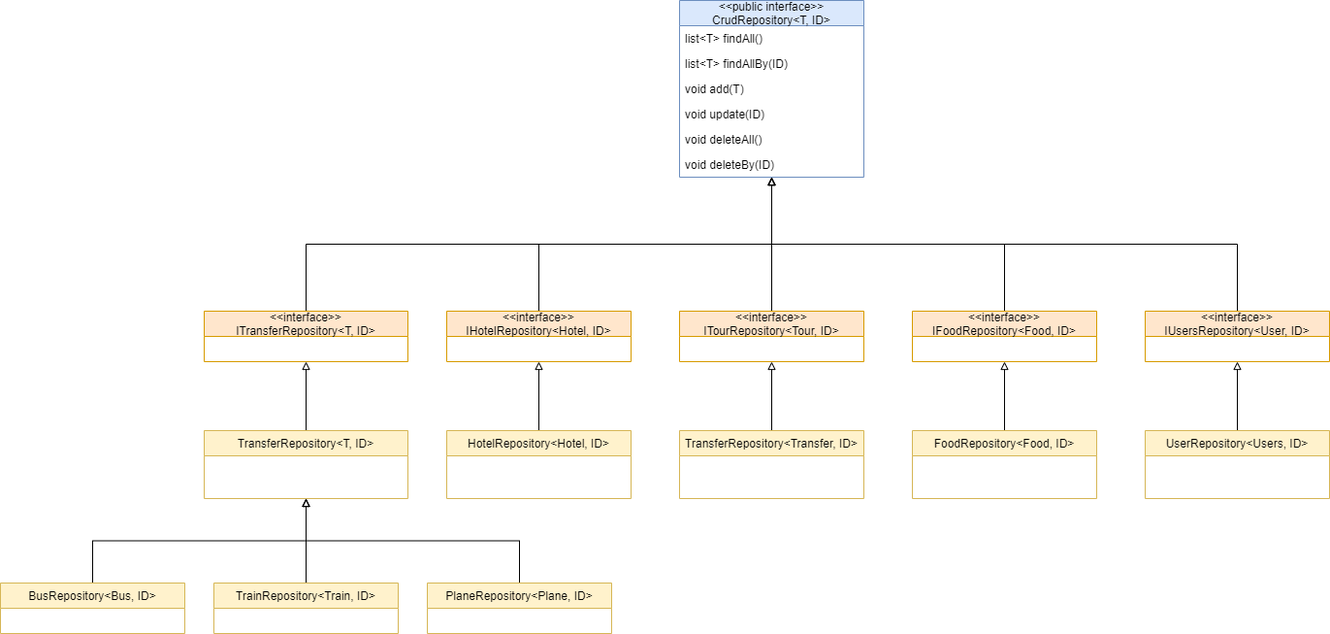
Above: lab1/UML_DB.png in platosha-git/PPO (draw.io), before the change. Source tidied: cells renumbered, new cells last; positions are measured from the earlier drawing's top-left corner, leaving out a move shared by most shapes.
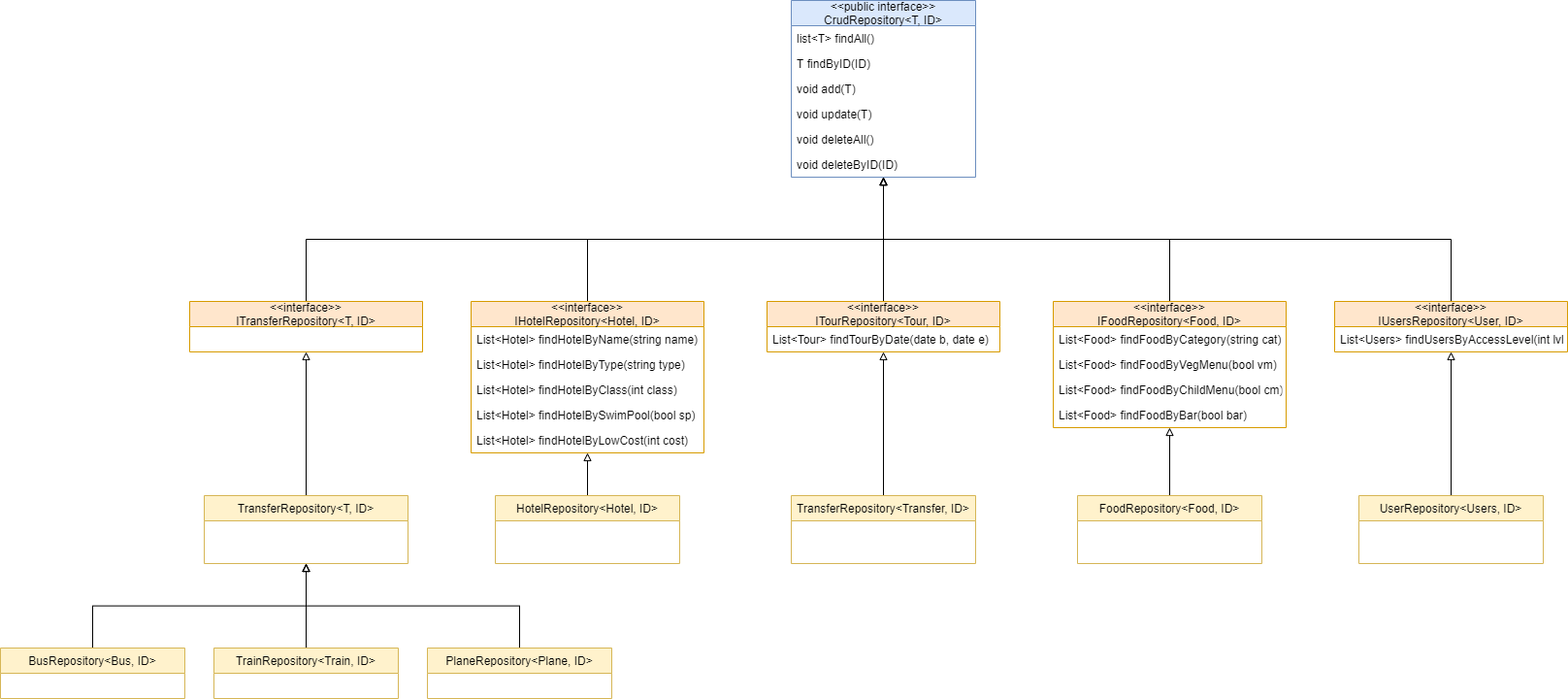
The same file after the commit.

Diff of the diagram source:
```diff
@@ -8,98 +8,131 @@
     <mxCell id="3" value="list&lt;T&gt; findAll()" style="text;strokeColor=none;fillColor=none;align=left;verticalAlign=top;spacingLeft=4;spacingRight=4;overflow=hidden;" parent="2" vertex="1">
       <mxGeometry y="26" width="190" height="26" as="geometry" />
     </mxCell>
-    <mxCell id="4" value="list&lt;T&gt; findAllBy(ID)" style="text;strokeColor=none;fillColor=none;align=left;verticalAlign=top;spacingLeft=4;spacingRight=4;overflow=hidden;" parent="2" vertex="1">
+    <mxCell id="4" value="T findByID(ID)" style="text;strokeColor=none;fillColor=none;align=left;verticalAlign=top;spacingLeft=4;spacingRight=4;overflow=hidden;" parent="2" vertex="1">
       <mxGeometry y="52" width="190" height="26" as="geometry" />
     </mxCell>
     <mxCell id="5" value="void add(T)" style="text;strokeColor=none;fillColor=none;align=left;verticalAlign=top;spacingLeft=4;spacingRight=4;overflow=hidden;" parent="2" vertex="1">
       <mxGeometry y="78" width="190" height="26" as="geometry" />
     </mxCell>
-    <mxCell id="6" value="void update(ID)" style="text;strokeColor=none;fillColor=none;align=left;verticalAlign=top;spacingLeft=4;spacingRight=4;overflow=hidden;" parent="2" vertex="1">
+    <mxCell id="6" value="void update(T)" style="text;strokeColor=none;fillColor=none;align=left;verticalAlign=top;spacingLeft=4;spacingRight=4;overflow=hidden;" parent="2" vertex="1">
       <mxGeometry y="104" width="190" height="26" as="geometry" />
     </mxCell>
     <mxCell id="7" value="void deleteAll()" style="text;strokeColor=none;fillColor=none;align=left;verticalAlign=top;spacingLeft=4;spacingRight=4;overflow=hidden;" parent="2" vertex="1">
       <mxGeometry y="130" width="190" height="26" as="geometry" />
     </mxCell>
-    <mxCell id="8" value="void deleteBy(ID)" style="text;strokeColor=none;fillColor=none;align=left;verticalAlign=top;spacingLeft=4;spacingRight=4;overflow=hidden;" parent="2" vertex="1">
+    <mxCell id="8" value="void deleteByID(ID)" style="text;strokeColor=none;fillColor=none;align=left;verticalAlign=top;spacingLeft=4;spacingRight=4;overflow=hidden;" parent="2" vertex="1">
       <mxGeometry y="156" width="190" height="26" as="geometry" />
     </mxCell>
     <mxCell id="9" style="edgeStyle=orthogonalEdgeStyle;rounded=0;jettySize=auto;html=1;exitX=0.5;exitY=0;exitDx=0;exitDy=0;endArrow=block;endFill=0;" parent="1" edge="1" source="10" target="2">
       <mxGeometry relative="1" as="geometry" />
     </mxCell>
     <mxCell id="10" value="&lt;&lt;interface&gt;&gt;&#10;ITourRepository&lt;Tour, ID&gt;" style="swimlane;fontStyle=0;horizontal=1;startSize=26;fillColor=#ffe6cc;strokeColor=#d79b00;" parent="1" vertex="1">
-      <mxGeometry x="700" y="320" width="190" height="52" as="geometry" />
+      <mxGeometry x="675" y="310" width="240" height="52" as="geometry" />
     </mxCell>
-    <mxCell id="11" style="edgeStyle=orthogonalEdgeStyle;rounded=0;jettySize=auto;html=1;entryX=0.5;entryY=1;entryDx=0;entryDy=0;endArrow=block;endFill=0;exitX=0.5;exitY=0;exitDx=0;exitDy=0;" parent="1" edge="1" source="12" target="2">
-      <mxGeometry relative="1" as="geometry" />
+    <mxCell id="11" value="List&lt;Tour&gt; findTourByDate(date b, date e)" style="text;strokeColor=none;fillColor=none;align=left;verticalAlign=top;spacingLeft=4;spacingRight=4;overflow=hidden;" parent="10" vertex="1">
+      <mxGeometry y="26" width="240" height="26" as="geometry" />
     </mxCell>
-    <mxCell id="12" value="&lt;&lt;interface&gt;&gt;&#10;IFoodRepository&lt;Food, ID&gt;" style="swimlane;fontStyle=0;horizontal=1;startSize=26;fillColor=#ffe6cc;strokeColor=#d79b00;" parent="1" vertex="1">
-      <mxGeometry x="940" y="320" width="190" height="52" as="geometry" />
+    <mxCell id="12" style="edgeStyle=orthogonalEdgeStyle;rounded=0;jettySize=auto;html=1;entryX=0.5;entryY=1;entryDx=0;entryDy=0;endArrow=block;endFill=0;exitX=0.5;exitY=0;exitDx=0;exitDy=0;" parent="1" edge="1" source="13" target="2">
+      <mxGeometry relative="1" as="geometry" />
     </mxCell>
-    <mxCell id="13" style="edgeStyle=orthogonalEdgeStyle;rounded=0;jettySize=auto;html=1;exitX=0.5;exitY=0;exitDx=0;exitDy=0;endArrow=block;endFill=0;" parent="1" edge="1" source="14" target="2">
-      <mxGeometry relative="1" as="geometry" />
+    <mxCell id="13" value="&lt;&lt;interface&gt;&gt;&#10;IFoodRepository&lt;Food, ID&gt;" style="swimlane;fontStyle=0;horizontal=1;startSize=26;fillColor=#ffe6cc;strokeColor=#d79b00;" parent="1" vertex="1">
+      <mxGeometry x="970" y="310" width="240" height="130" as="geometry" />
     </mxCell>
-    <mxCell id="14" value="&lt;&lt;interface&gt;&gt;&#10;IHotelRepository&lt;Hotel, ID&gt;" style="swimlane;fontStyle=0;horizontal=1;startSize=26;fillColor=#ffe6cc;strokeColor=#d79b00;" parent="1" vertex="1">
-      <mxGeometry x="460" y="320" width="190" height="52" as="geometry" />
+    <mxCell id="14" value="List&lt;Food&gt; findFoodByCategory(string cat)" style="text;strokeColor=none;fillColor=none;align=left;verticalAlign=top;spacingLeft=4;spacingRight=4;overflow=hidden;points=[[0,0.5],[1,0.5]];portConstraint=eastwest;" parent="13" vertex="1">
+      <mxGeometry y="26" width="240" height="26" as="geometry" />
     </mxCell>
-    <mxCell id="15" style="edgeStyle=orthogonalEdgeStyle;rounded=0;jettySize=auto;html=1;exitX=0.5;exitY=0;exitDx=0;exitDy=0;entryX=0.5;entryY=1;entryDx=0;entryDy=0;endArrow=block;endFill=0;" parent="1" edge="1" source="16" target="2">
-      <mxGeometry relative="1" as="geometry" />
+    <mxCell id="15" value="List&lt;Food&gt; findFoodByVegMenu(bool vm)" style="text;strokeColor=none;fillColor=none;align=left;verticalAlign=top;spacingLeft=4;spacingRight=4;overflow=hidden;" parent="13" vertex="1">
+      <mxGeometry y="52" width="240" height="26" as="geometry" />
     </mxCell>
-    <mxCell id="16" value="&lt;&lt;interface&gt;&gt;&#10;ITransferRepository&lt;T, ID&gt;" style="swimlane;fontStyle=0;horizontal=1;startSize=26;fillColor=#ffe6cc;strokeColor=#d79b00;" parent="1" vertex="1">
-      <mxGeometry x="210" y="320" width="210" height="52" as="geometry" />
+    <mxCell id="16" value="List&lt;Food&gt; findFoodByChildMenu(bool cm)" style="text;strokeColor=none;fillColor=none;align=left;verticalAlign=top;spacingLeft=4;spacingRight=4;overflow=hidden;points=[[0,0.5],[1,0.5]];portConstraint=eastwest;" parent="13" vertex="1">
+      <mxGeometry y="78" width="240" height="26" as="geometry" />
     </mxCell>
-    <mxCell id="17" style="edgeStyle=orthogonalEdgeStyle;rounded=0;jettySize=auto;html=1;exitX=0.5;exitY=0;exitDx=0;exitDy=0;entryX=0.5;entryY=1;entryDx=0;entryDy=0;endArrow=block;endFill=0;" parent="1" edge="1" source="18" target="2">
-      <mxGeometry relative="1" as="geometry" />
+    <mxCell id="17" value="List&lt;Food&gt; findFoodByBar(bool bar)" style="text;strokeColor=none;fillColor=none;align=left;verticalAlign=top;spacingLeft=4;spacingRight=4;overflow=hidden;" parent="13" vertex="1">
+      <mxGeometry y="104" width="240" height="26" as="geometry" />
     </mxCell>
-    <mxCell id="18" value="&lt;&lt;interface&gt;&gt;&#10;IUsersRepository&lt;User, ID&gt;" style="swimlane;fontStyle=0;horizontal=1;startSize=26;fillColor=#ffe6cc;strokeColor=#d79b00;" parent="1" vertex="1">
-      <mxGeometry x="1180" y="320" width="190" height="52" as="geometry" />
+    <mxCell id="18" style="edgeStyle=orthogonalEdgeStyle;rounded=0;jettySize=auto;html=1;exitX=0.5;exitY=0;exitDx=0;exitDy=0;endArrow=block;endFill=0;" parent="1" edge="1" source="19" target="2">
+      <mxGeometry relative="1" as="geometry" />
     </mxCell>
-    <mxCell id="19" style="edgeStyle=orthogonalEdgeStyle;rounded=0;jettySize=auto;html=1;exitX=0.5;exitY=0;exitDx=0;exitDy=0;endArrow=block;endFill=0;" parent="1" edge="1" source="20" target="14">
-      <mxGeometry relative="1" as="geometry" />
+    <mxCell id="19" value="&lt;&lt;interface&gt;&gt;&#10;IHotelRepository&lt;Hotel, ID&gt;" style="swimlane;fontStyle=0;horizontal=1;startSize=26;fillColor=#ffe6cc;strokeColor=#d79b00;" parent="1" vertex="1">
+      <mxGeometry x="370" y="310" width="240" height="156" as="geometry" />
     </mxCell>
-    <mxCell id="20" value="HotelRepository&lt;Hotel, ID&gt;" style="swimlane;fontStyle=0;horizontal=1;startSize=26;fillColor=#fff2cc;strokeColor=#d6b656;" parent="1" vertex="1">
-      <mxGeometry x="460" y="443" width="190" height="70" as="geometry" />
+    <mxCell id="20" value="List&lt;Hotel&gt; findHotelByName(string name)" style="text;strokeColor=none;fillColor=none;align=left;verticalAlign=top;spacingLeft=4;spacingRight=4;overflow=hidden;points=[[0,0.5],[1,0.5]];portConstraint=eastwest;" parent="19" vertex="1">
+      <mxGeometry y="26" width="240" height="26" as="geometry" />
     </mxCell>
-    <mxCell id="21" style="edgeStyle=orthogonalEdgeStyle;rounded=0;jettySize=auto;html=1;exitX=0.5;exitY=0;exitDx=0;exitDy=0;endArrow=block;endFill=0;" parent="1" edge="1" source="22" target="10">
-      <mxGeometry relative="1" as="geometry" />
+    <mxCell id="21" value="List&lt;Hotel&gt; findHotelByType(string type)" style="text;strokeColor=none;fillColor=none;align=left;verticalAlign=top;spacingLeft=4;spacingRight=4;overflow=hidden;" parent="19" vertex="1">
+      <mxGeometry y="52" width="240" height="26" as="geometry" />
     </mxCell>
-    <mxCell id="22" value="TransferRepository&lt;Transfer, ID&gt;" style="swimlane;fontStyle=0;horizontal=1;startSize=26;fillColor=#fff2cc;strokeColor=#d6b656;" parent="1" vertex="1">
-      <mxGeometry x="700" y="443" width="190" height="70" as="geometry" />
+    <mxCell id="22" value="List&lt;Hotel&gt; findHotelByClass(int class)" style="text;strokeColor=none;fillColor=none;align=left;verticalAlign=top;spacingLeft=4;spacingRight=4;overflow=hidden;points=[[0,0.5],[1,0.5]];portConstraint=eastwest;" parent="19" vertex="1">
+      <mxGeometry y="78" width="240" height="26" as="geometry" />
     </mxCell>
-    <mxCell id="23" style="edgeStyle=orthogonalEdgeStyle;rounded=0;jettySize=auto;html=1;exitX=0.5;exitY=0;exitDx=0;exitDy=0;endArrow=block;endFill=0;" parent="1" edge="1" source="24" target="12">
-      <mxGeometry relative="1" as="geometry" />
+    <mxCell id="23" value="List&lt;Hotel&gt; findHotelBySwimPool(bool sp)" style="text;strokeColor=none;fillColor=none;align=left;verticalAlign=top;spacingLeft=4;spacingRight=4;overflow=hidden;" parent="19" vertex="1">
+      <mxGeometry y="104" width="240" height="26" as="geometry" />
     </mxCell>
-    <mxCell id="24" value="FoodRepository&lt;Food, ID&gt;" style="swimlane;fontStyle=0;horizontal=1;startSize=26;fillColor=#fff2cc;strokeColor=#d6b656;" parent="1" vertex="1">
-      <mxGeometry x="940" y="443" width="190" height="70" as="geometry" />
+    <mxCell id="24" value="List&lt;Hotel&gt; findHotelByLowCost(int cost)" style="text;strokeColor=none;fillColor=none;align=left;verticalAlign=top;spacingLeft=4;spacingRight=4;overflow=hidden;points=[[0,0.5],[1,0.5]];portConstraint=eastwest;" parent="19" vertex="1">
+      <mxGeometry y="130" width="240" height="26" as="geometry" />
     </mxCell>
-    <mxCell id="25" style="edgeStyle=orthogonalEdgeStyle;rounded=0;jettySize=auto;html=1;exitX=0.5;exitY=0;exitDx=0;exitDy=0;endArrow=block;endFill=0;" parent="1" edge="1" source="26" target="18">
+    <mxCell id="25" style="edgeStyle=orthogonalEdgeStyle;rounded=0;jettySize=auto;html=1;exitX=0.5;exitY=0;exitDx=0;exitDy=0;entryX=0.5;entryY=1;entryDx=0;entryDy=0;endArrow=block;endFill=0;" parent="1" edge="1" source="26" target="2">
       <mxGeometry relative="1" as="geometry" />
     </mxCell>
-    <mxCell id="26" value="UserRepository&lt;Users, ID&gt;" style="swimlane;fontStyle=0;horizontal=1;startSize=26;fillColor=#fff2cc;strokeColor=#d6b656;" parent="1" vertex="1">
-      <mxGeometry x="1180" y="443" width="190" height="70" as="geometry" />
+    <mxCell id="26" value="&lt;&lt;interface&gt;&gt;&#10;ITransferRepository&lt;T, ID&gt;" style="swimlane;fontStyle=0;horizontal=1;startSize=26;fillColor=#ffe6cc;strokeColor=#d79b00;" parent="1" vertex="1">
+      <mxGeometry x="80" y="310" width="240" height="52" as="geometry" />
     </mxCell>
-    <mxCell id="27" style="edgeStyle=orthogonalEdgeStyle;rounded=0;jettySize=auto;html=1;exitX=0.5;exitY=0;exitDx=0;exitDy=0;endArrow=block;endFill=0;" parent="1" edge="1" source="28" target="16">
+    <mxCell id="27" style="edgeStyle=orthogonalEdgeStyle;rounded=0;jettySize=auto;html=1;exitX=0.5;exitY=0;exitDx=0;exitDy=0;entryX=0.5;entryY=1;entryDx=0;entryDy=0;endArrow=block;endFill=0;" parent="1" edge="1" source="28" target="2">
       <mxGeometry relative="1" as="geometry" />
     </mxCell>
-    <mxCell id="28" value="TransferRepository&lt;T, ID&gt;" style="swimlane;fontStyle=0;horizontal=1;startSize=26;fillColor=#fff2cc;strokeColor=#d6b656;" parent="1" vertex="1">
-      <mxGeometry x="210" y="443" width="210" height="70" as="geometry" />
+    <mxCell id="28" value="&lt;&lt;interface&gt;&gt;&#10;IUsersRepository&lt;User, ID&gt;" style="swimlane;fontStyle=0;horizontal=1;startSize=26;fillColor=#ffe6cc;strokeColor=#d79b00;" parent="1" vertex="1">
+      <mxGeometry x="1260" y="310" width="240" height="52" as="geometry" />
     </mxCell>
-    <mxCell id="29" style="edgeStyle=orthogonalEdgeStyle;rounded=0;jettySize=auto;html=1;exitX=0.5;exitY=0;exitDx=0;exitDy=0;endArrow=block;endFill=0;" parent="1" edge="1" source="30" target="28">
-      <mxGeometry relative="1" as="geometry" />
+    <mxCell id="29" value="List&lt;Users&gt; findUsersByAccessLevel(int lvl)" style="text;strokeColor=none;fillColor=none;align=left;verticalAlign=top;spacingLeft=4;spacingRight=4;overflow=hidden;" parent="28" vertex="1">
+      <mxGeometry y="26" width="240" height="26" as="geometry" />
     </mxCell>
-    <mxCell id="30" value="BusRepository&lt;Bus, ID&gt;" style="swimlane;fontStyle=0;horizontal=1;startSize=26;fillColor=#fff2cc;strokeColor=#d6b656;" parent="1" vertex="1">
-      <mxGeometry y="600" width="190" height="52" as="geometry" />
+    <mxCell id="30" style="edgeStyle=orthogonalEdgeStyle;rounded=0;jettySize=auto;html=1;exitX=0.5;exitY=0;exitDx=0;exitDy=0;endArrow=block;endFill=0;" parent="1" edge="1" source="31" target="19">
+      <mxGeometry relative="1" as="geometry" />
     </mxCell>
-    <mxCell id="31" style="edgeStyle=orthogonalEdgeStyle;rounded=0;jettySize=auto;html=1;exitX=0.5;exitY=0;exitDx=0;exitDy=0;endArrow=block;endFill=0;" parent="1" edge="1" source="32" target="28">
-      <mxGeometry relative="1" as="geometry" />
+    <mxCell id="31" value="HotelRepository&lt;Hotel, ID&gt;" style="swimlane;fontStyle=0;horizontal=1;startSize=26;fillColor=#fff2cc;strokeColor=#d6b656;" parent="1" vertex="1">
+      <mxGeometry x="395" y="510" width="190" height="70" as="geometry" />
     </mxCell>
-    <mxCell id="32" value="TrainRepository&lt;Train, ID&gt;" style="swimlane;fontStyle=0;horizontal=1;startSize=26;fillColor=#fff2cc;strokeColor=#d6b656;" parent="1" vertex="1">
-      <mxGeometry x="220" y="600" width="190" height="52" as="geometry" />
+    <mxCell id="32" style="edgeStyle=orthogonalEdgeStyle;rounded=0;jettySize=auto;html=1;exitX=0.5;exitY=0;exitDx=0;exitDy=0;endArrow=block;endFill=0;" parent="1" edge="1" source="33" target="10">
+      <mxGeometry relative="1" as="geometry" />
     </mxCell>
-    <mxCell id="33" style="edgeStyle=orthogonalEdgeStyle;rounded=0;jettySize=auto;html=1;exitX=0.5;exitY=0;exitDx=0;exitDy=0;endArrow=block;endFill=0;" parent="1" edge="1" source="34" target="28">
-      <mxGeometry relative="1" as="geometry" />
+    <mxCell id="33" value="TransferRepository&lt;Transfer, ID&gt;" style="swimlane;fontStyle=0;horizontal=1;startSize=26;fillColor=#fff2cc;strokeColor=#d6b656;" parent="1" vertex="1">
+      <mxGeometry x="700" y="510" width="190" height="70" as="geometry" />
     </mxCell>
-    <mxCell id="34" value="PlaneRepository&lt;Plane, ID&gt;" style="swimlane;fontStyle=0;horizontal=1;startSize=26;fillColor=#fff2cc;strokeColor=#d6b656;" parent="1" vertex="1">
-      <mxGeometry x="440" y="600" width="190" height="52" as="geometry" />
+    <mxCell id="34" style="edgeStyle=orthogonalEdgeStyle;rounded=0;jettySize=auto;html=1;exitX=0.5;exitY=0;exitDx=0;exitDy=0;endArrow=block;endFill=0;" parent="1" edge="1" source="35" target="13">
+      <mxGeometry relative="1" as="geometry" />
     </mxCell>
+    <mxCell id="35" value="FoodRepository&lt;Food, ID&gt;" style="swimlane;fontStyle=0;horizontal=1;startSize=26;fillColor=#fff2cc;strokeColor=#d6b656;" parent="1" vertex="1">
+      <mxGeometry x="995" y="510" width="190" height="70" as="geometry" />
+    </mxCell>
+    <mxCell id="36" style="edgeStyle=orthogonalEdgeStyle;rounded=0;jettySize=auto;html=1;exitX=0.5;exitY=0;exitDx=0;exitDy=0;endArrow=block;endFill=0;" parent="1" edge="1" source="37" target="28">
+      <mxGeometry relative="1" as="geometry" />
+    </mxCell>
+    <mxCell id="37" value="UserRepository&lt;Users, ID&gt;" style="swimlane;fontStyle=0;horizontal=1;startSize=26;fillColor=#fff2cc;strokeColor=#d6b656;" parent="1" vertex="1">
+      <mxGeometry x="1285" y="510" width="190" height="70" as="geometry" />
+    </mxCell>
+    <mxCell id="38" style="edgeStyle=orthogonalEdgeStyle;rounded=0;jettySize=auto;html=1;exitX=0.5;exitY=0;exitDx=0;exitDy=0;endArrow=block;endFill=0;" parent="1" edge="1" source="39" target="26">
+      <mxGeometry relative="1" as="geometry" />
+    </mxCell>
+    <mxCell id="39" value="TransferRepository&lt;T, ID&gt;" style="swimlane;fontStyle=0;horizontal=1;startSize=26;fillColor=#fff2cc;strokeColor=#d6b656;" parent="1" vertex="1">
+      <mxGeometry x="95" y="510" width="210" height="70" as="geometry" />
+    </mxCell>
+    <mxCell id="40" style="edgeStyle=orthogonalEdgeStyle;rounded=0;jettySize=auto;html=1;exitX=0.5;exitY=0;exitDx=0;exitDy=0;endArrow=block;endFill=0;" parent="1" edge="1" source="41" target="39">
+      <mxGeometry relative="1" as="geometry" />
+    </mxCell>
+    <mxCell id="41" value="BusRepository&lt;Bus, ID&gt;" style="swimlane;fontStyle=0;horizontal=1;startSize=26;fillColor=#fff2cc;strokeColor=#d6b656;" parent="1" vertex="1">
+      <mxGeometry x="-115" y="667" width="190" height="52" as="geometry" />
+    </mxCell>
+    <mxCell id="42" style="edgeStyle=orthogonalEdgeStyle;rounded=0;jettySize=auto;html=1;exitX=0.5;exitY=0;exitDx=0;exitDy=0;endArrow=block;endFill=0;" parent="1" edge="1" source="43" target="39">
+      <mxGeometry relative="1" as="geometry" />
+    </mxCell>
+    <mxCell id="43" value="TrainRepository&lt;Train, ID&gt;" style="swimlane;fontStyle=0;horizontal=1;startSize=26;fillColor=#fff2cc;strokeColor=#d6b656;" parent="1" vertex="1">
+      <mxGeometry x="105" y="667" width="190" height="52" as="geometry" />
+    </mxCell>
+    <mxCell id="44" style="edgeStyle=orthogonalEdgeStyle;rounded=0;jettySize=auto;html=1;exitX=0.5;exitY=0;exitDx=0;exitDy=0;endArrow=block;endFill=0;" parent="1" edge="1" source="45" target="39">
+      <mxGeometry relative="1" as="geometry" />
+    </mxCell>
+    <mxCell id="45" value="PlaneRepository&lt;Plane, ID&gt;" style="swimlane;fontStyle=0;horizontal=1;startSize=26;fillColor=#fff2cc;strokeColor=#d6b656;" parent="1" vertex="1">
+      <mxGeometry x="325" y="667" width="190" height="52" as="geometry" />
+    </mxCell>
   </root>
 </mxGraphModel>
```
